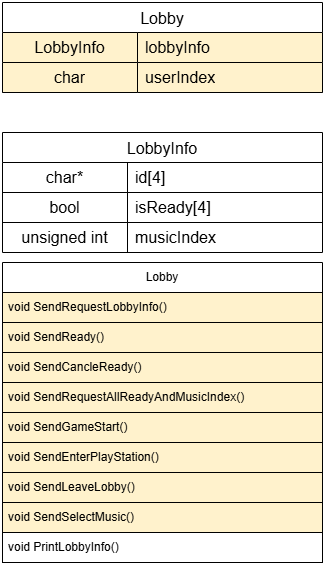
rmrgns/NetGameTeamProject keeps this draw.io diagram as drawio/Lobby.drawio.png. Above is the earlier version. Source tidied: cells renumbered, new cells last; positions are measured from the earlier drawing's top-left corner, leaving out a move shared by most shapes. Source of this version:
```xml
<mxGraphModel>
  <root>
    <mxCell id="0" />
    <mxCell id="1" parent="0" />
    <mxCell id="2" value="Lobby" style="swimlane;fontStyle=0;horizontal=1;startSize=30;whiteSpace=wrap;html=1;" parent="1" vertex="1">
      <mxGeometry y="260" width="320" height="300" as="geometry" />
    </mxCell>
    <mxCell id="3" value="void SendRequestLobbyInfo()&amp;nbsp;" style="text;strokeColor=default;fillColor=#fff2cc;align=left;verticalAlign=middle;spacingLeft=4;spacingRight=4;overflow=hidden;whiteSpace=wrap;html=1;" parent="2" vertex="1">
      <mxGeometry y="30" width="320" height="30" as="geometry" />
    </mxCell>
    <mxCell id="4" value="void SendReady()&amp;nbsp;" style="text;strokeColor=default;fillColor=#fff2cc;align=left;verticalAlign=middle;spacingLeft=4;spacingRight=4;overflow=hidden;whiteSpace=wrap;html=1;" parent="2" vertex="1">
      <mxGeometry y="60" width="320" height="30" as="geometry" />
    </mxCell>
    <mxCell id="5" value="void SendCancleReady()&amp;nbsp;" style="text;strokeColor=default;fillColor=#fff2cc;align=left;verticalAlign=middle;spacingLeft=4;spacingRight=4;overflow=hidden;whiteSpace=wrap;html=1;" parent="2" vertex="1">
      <mxGeometry y="90" width="320" height="30" as="geometry" />
    </mxCell>
    <mxCell id="6" value="void SendRequestAllReadyAndMusicIndex()&amp;nbsp;" style="text;strokeColor=default;fillColor=#fff2cc;align=left;verticalAlign=middle;spacingLeft=4;spacingRight=4;overflow=hidden;whiteSpace=wrap;html=1;" parent="2" vertex="1">
      <mxGeometry y="120" width="320" height="30" as="geometry" />
    </mxCell>
    <mxCell id="7" value="void SendGameStart()&amp;nbsp;" style="text;strokeColor=default;fillColor=#fff2cc;align=left;verticalAlign=middle;spacingLeft=4;spacingRight=4;overflow=hidden;whiteSpace=wrap;html=1;" parent="2" vertex="1">
      <mxGeometry y="150" width="320" height="30" as="geometry" />
    </mxCell>
    <mxCell id="8" value="void SendEnterPlayStation()" style="text;strokeColor=default;fillColor=#fff2cc;align=left;verticalAlign=middle;spacingLeft=4;spacingRight=4;overflow=hidden;whiteSpace=wrap;html=1;" parent="2" vertex="1">
      <mxGeometry y="180" width="320" height="30" as="geometry" />
    </mxCell>
    <mxCell id="9" value="void SendLeaveLobby()" style="text;strokeColor=default;fillColor=#fff2cc;align=left;verticalAlign=middle;spacingLeft=4;spacingRight=4;overflow=hidden;whiteSpace=wrap;html=1;" parent="2" vertex="1">
      <mxGeometry y="210" width="320" height="30" as="geometry" />
    </mxCell>
    <mxCell id="10" value="void SendSelectMusic()" style="text;strokeColor=default;fillColor=#fff2cc;align=left;verticalAlign=middle;spacingLeft=4;spacingRight=4;overflow=hidden;whiteSpace=wrap;html=1;" parent="2" vertex="1">
      <mxGeometry y="240" width="320" height="30" as="geometry" />
    </mxCell>
    <mxCell id="11" value="void PrintLobbyInfo()" style="text;strokeColor=default;fillColor=none;align=left;verticalAlign=middle;spacingLeft=4;spacingRight=4;overflow=hidden;whiteSpace=wrap;html=1;" parent="2" vertex="1">
      <mxGeometry y="270" width="320" height="30" as="geometry" />
    </mxCell>
    <mxCell id="12" value="Lobby" style="shape=table;startSize=30;rowLines=1;fontStyle=0;strokeColor=default;fontSize=16;" parent="1" vertex="1">
      <mxGeometry width="320" height="90" as="geometry" />
    </mxCell>
    <mxCell id="13" style="shape=tableRow;horizontal=0;startSize=0;swimlaneHead=0;swimlaneBody=0;top=0;left=0;bottom=0;right=0;fillColor=none;strokeColor=inherit;fontSize=16;" parent="12" vertex="1">
      <mxGeometry y="30" width="320" height="30" as="geometry" />
    </mxCell>
    <mxCell id="14" value="LobbyInfo" style="shape=partialRectangle;html=1;whiteSpace=wrap;fillColor=#fff2cc;top=1;left=1;bottom=1;right=1;overflow=hidden;strokeColor=default;fontSize=16;fillStyle=solid;" parent="13" vertex="1">
      <mxGeometry width="135" height="30" as="geometry" />
    </mxCell>
    <mxCell id="15" value="lobbyInfo" style="shape=partialRectangle;html=1;whiteSpace=wrap;fillColor=#fff2cc;top=1;left=1;bottom=1;right=1;align=left;spacingLeft=6;overflow=hidden;strokeColor=default;fontSize=16;" parent="13" vertex="1">
      <mxGeometry x="135" width="185" height="30" as="geometry" />
    </mxCell>
    <mxCell id="16" style="shape=tableRow;horizontal=0;startSize=0;swimlaneHead=0;swimlaneBody=0;top=0;left=0;bottom=0;right=0;fillColor=none;strokeColor=inherit;fontSize=16;" parent="12" vertex="1">
      <mxGeometry y="60" width="320" height="30" as="geometry" />
    </mxCell>
    <mxCell id="17" value="char" style="shape=partialRectangle;html=1;whiteSpace=wrap;fillColor=#fff2cc;top=1;left=1;bottom=1;right=1;overflow=hidden;strokeColor=default;fontSize=16;" parent="16" vertex="1">
      <mxGeometry width="135" height="30" as="geometry" />
    </mxCell>
    <mxCell id="18" value="userIndex" style="shape=partialRectangle;html=1;whiteSpace=wrap;fillColor=#fff2cc;top=1;left=1;bottom=1;right=1;align=left;spacingLeft=6;overflow=hidden;strokeColor=default;fontSize=16;" parent="16" vertex="1">
      <mxGeometry x="135" width="185" height="30" as="geometry" />
    </mxCell>
    <mxCell id="19" value="LobbyInfo" style="shape=table;startSize=30;rowLines=1;fontStyle=0;strokeColor=default;fontSize=16;" parent="1" vertex="1">
      <mxGeometry y="130" width="320" height="120" as="geometry" />
    </mxCell>
    <mxCell id="20" style="shape=tableRow;horizontal=0;startSize=0;swimlaneHead=0;swimlaneBody=0;top=0;left=0;bottom=0;right=0;fillColor=none;strokeColor=inherit;fontSize=16;" parent="19" vertex="1">
      <mxGeometry y="30" width="320" height="30" as="geometry" />
    </mxCell>
    <mxCell id="21" value="char*" style="shape=partialRectangle;html=1;whiteSpace=wrap;fillColor=none;top=0;left=0;bottom=0;right=0;overflow=hidden;strokeColor=inherit;fontSize=16;" parent="20" vertex="1">
      <mxGeometry width="125" height="30" as="geometry" />
    </mxCell>
    <mxCell id="22" value="id[4]" style="shape=partialRectangle;html=1;whiteSpace=wrap;fillColor=none;top=0;left=0;bottom=0;right=0;align=left;spacingLeft=6;overflow=hidden;strokeColor=inherit;fontSize=16;" parent="20" vertex="1">
      <mxGeometry x="125" width="195" height="30" as="geometry" />
    </mxCell>
    <mxCell id="23" style="shape=tableRow;horizontal=0;startSize=0;swimlaneHead=0;swimlaneBody=0;top=0;left=0;bottom=0;right=0;fillColor=none;strokeColor=inherit;fontSize=16;" parent="19" vertex="1">
      <mxGeometry y="60" width="320" height="30" as="geometry" />
    </mxCell>
    <mxCell id="24" value="bool" style="shape=partialRectangle;html=1;whiteSpace=wrap;fillColor=none;top=0;left=0;bottom=0;right=0;overflow=hidden;strokeColor=inherit;fontSize=16;" parent="23" vertex="1">
      <mxGeometry width="125" height="30" as="geometry" />
    </mxCell>
    <mxCell id="25" value="isReady[4]" style="shape=partialRectangle;html=1;whiteSpace=wrap;fillColor=none;top=0;left=0;bottom=0;right=0;align=left;spacingLeft=6;overflow=hidden;strokeColor=inherit;fontSize=16;" parent="23" vertex="1">
      <mxGeometry x="125" width="195" height="30" as="geometry" />
    </mxCell>
    <mxCell id="26" style="shape=tableRow;horizontal=0;startSize=0;swimlaneHead=0;swimlaneBody=0;top=0;left=0;bottom=0;right=0;fillColor=none;strokeColor=inherit;fontSize=16;" parent="19" vertex="1">
      <mxGeometry y="90" width="320" height="30" as="geometry" />
    </mxCell>
    <mxCell id="27" value="unsigned int" style="shape=partialRectangle;html=1;whiteSpace=wrap;fillColor=none;top=0;left=0;bottom=0;right=0;overflow=hidden;strokeColor=inherit;fontSize=16;" parent="26" vertex="1">
      <mxGeometry width="125" height="30" as="geometry" />
    </mxCell>
    <mxCell id="28" value="musicIndex" style="shape=partialRectangle;html=1;whiteSpace=wrap;fillColor=none;top=0;left=0;bottom=0;right=0;align=left;spacingLeft=6;overflow=hidden;strokeColor=inherit;fontSize=16;" parent="26" vertex="1">
      <mxGeometry x="125" width="195" height="30" as="geometry" />
    </mxCell>
  </root>
</mxGraphModel>
```
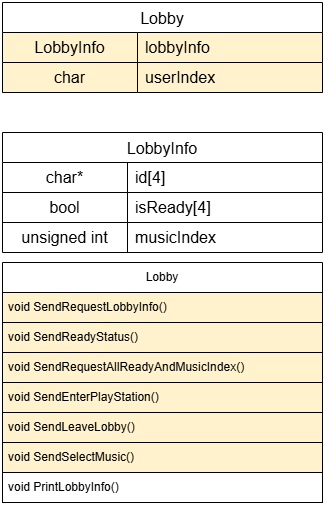
The same diagram one commit later.

Change to the diagram source:
```diff
@@ -3,34 +3,28 @@
     <mxCell id="0" />
     <mxCell id="1" parent="0" />
     <mxCell id="2" value="Lobby" style="swimlane;fontStyle=0;horizontal=1;startSize=30;whiteSpace=wrap;html=1;" parent="1" vertex="1">
-      <mxGeometry y="260" width="320" height="300" as="geometry" />
+      <mxGeometry y="260" width="320" height="240" as="geometry" />
     </mxCell>
     <mxCell id="3" value="void SendRequestLobbyInfo()&amp;nbsp;" style="text;strokeColor=default;fillColor=#fff2cc;align=left;verticalAlign=middle;spacingLeft=4;spacingRight=4;overflow=hidden;whiteSpace=wrap;html=1;" parent="2" vertex="1">
       <mxGeometry y="30" width="320" height="30" as="geometry" />
     </mxCell>
-    <mxCell id="4" value="void SendReady()&amp;nbsp;" style="text;strokeColor=default;fillColor=#fff2cc;align=left;verticalAlign=middle;spacingLeft=4;spacingRight=4;overflow=hidden;whiteSpace=wrap;html=1;" parent="2" vertex="1">
+    <mxCell id="4" value="void SendReadyStatus()&amp;nbsp;" style="text;strokeColor=default;fillColor=#fff2cc;align=left;verticalAlign=middle;spacingLeft=4;spacingRight=4;overflow=hidden;whiteSpace=wrap;html=1;" parent="2" vertex="1">
       <mxGeometry y="60" width="320" height="30" as="geometry" />
     </mxCell>
-    <mxCell id="5" value="void SendCancleReady()&amp;nbsp;" style="text;strokeColor=default;fillColor=#fff2cc;align=left;verticalAlign=middle;spacingLeft=4;spacingRight=4;overflow=hidden;whiteSpace=wrap;html=1;" parent="2" vertex="1">
-      <mxGeometry y="90" width="320" height="30" as="geometry" />
-    </mxCell>
     <mxCell id="6" value="void SendRequestAllReadyAndMusicIndex()&amp;nbsp;" style="text;strokeColor=default;fillColor=#fff2cc;align=left;verticalAlign=middle;spacingLeft=4;spacingRight=4;overflow=hidden;whiteSpace=wrap;html=1;" parent="2" vertex="1">
-      <mxGeometry y="120" width="320" height="30" as="geometry" />
+      <mxGeometry y="90" width="320" height="30" as="geometry" />
     </mxCell>
-    <mxCell id="7" value="void SendGameStart()&amp;nbsp;" style="text;strokeColor=default;fillColor=#fff2cc;align=left;verticalAlign=middle;spacingLeft=4;spacingRight=4;overflow=hidden;whiteSpace=wrap;html=1;" parent="2" vertex="1">
-      <mxGeometry y="150" width="320" height="30" as="geometry" />
-    </mxCell>
     <mxCell id="8" value="void SendEnterPlayStation()" style="text;strokeColor=default;fillColor=#fff2cc;align=left;verticalAlign=middle;spacingLeft=4;spacingRight=4;overflow=hidden;whiteSpace=wrap;html=1;" parent="2" vertex="1">
-      <mxGeometry y="180" width="320" height="30" as="geometry" />
+      <mxGeometry y="120" width="320" height="30" as="geometry" />
     </mxCell>
     <mxCell id="9" value="void SendLeaveLobby()" style="text;strokeColor=default;fillColor=#fff2cc;align=left;verticalAlign=middle;spacingLeft=4;spacingRight=4;overflow=hidden;whiteSpace=wrap;html=1;" parent="2" vertex="1">
-      <mxGeometry y="210" width="320" height="30" as="geometry" />
+      <mxGeometry y="150" width="320" height="30" as="geometry" />
     </mxCell>
     <mxCell id="10" value="void SendSelectMusic()" style="text;strokeColor=default;fillColor=#fff2cc;align=left;verticalAlign=middle;spacingLeft=4;spacingRight=4;overflow=hidden;whiteSpace=wrap;html=1;" parent="2" vertex="1">
-      <mxGeometry y="240" width="320" height="30" as="geometry" />
+      <mxGeometry y="180" width="320" height="30" as="geometry" />
     </mxCell>
     <mxCell id="11" value="void PrintLobbyInfo()" style="text;strokeColor=default;fillColor=none;align=left;verticalAlign=middle;spacingLeft=4;spacingRight=4;overflow=hidden;whiteSpace=wrap;html=1;" parent="2" vertex="1">
-      <mxGeometry y="270" width="320" height="30" as="geometry" />
+      <mxGeometry y="210" width="320" height="30" as="geometry" />
     </mxCell>
     <mxCell id="12" value="Lobby" style="shape=table;startSize=30;rowLines=1;fontStyle=0;strokeColor=default;fontSize=16;" parent="1" vertex="1">
       <mxGeometry width="320" height="90" as="geometry" />
```
